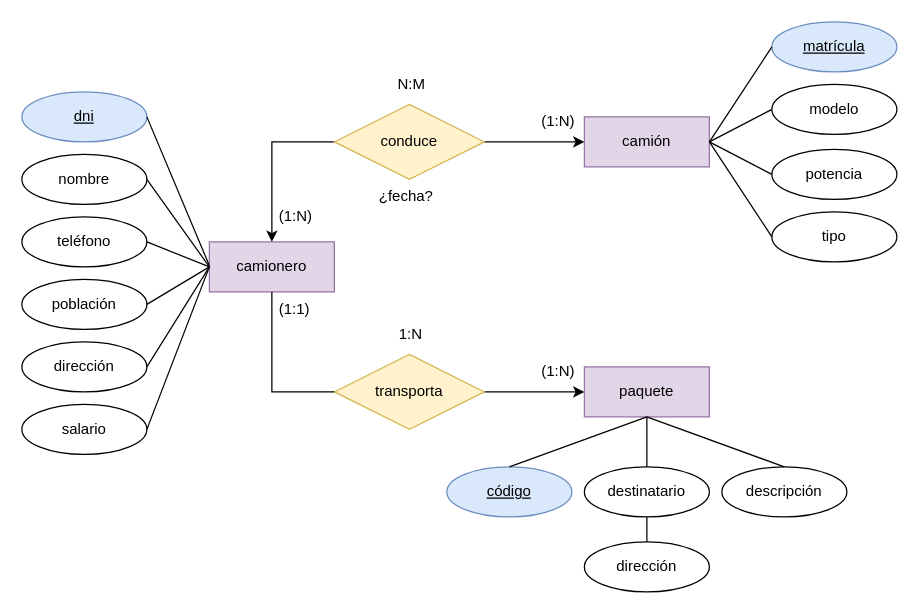
The draw.io diagram camioneros.drawio in javigh193/bae, before the edit. Source tidied: cells renumbered, new cells numbered last; positions are measured from the earlier drawing's top-left corner, leaving out a move shared by most shapes. Both pictures are drawn from the tidied source at 125%, with x=0, y=0 at pixel (21, 21).
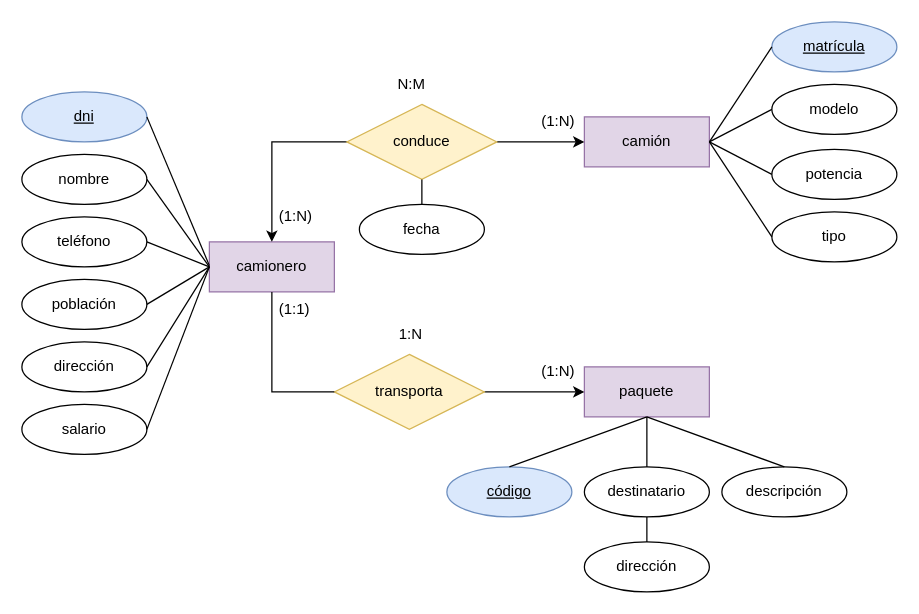
The same page after the edit.

Diff of the diagram source:
```diff
@@
     <mxCell id="7" value="conduce" style="shape=rhombus;perimeter=rhombusPerimeter;whiteSpace=wrap;html=1;align=center;fillColor=#fff2cc;strokeColor=#d6b656;" parent="1" vertex="1">
-      <mxGeometry x="250" y="66" width="120" height="60" as="geometry" />
+      <mxGeometry x="260" y="66" width="120" height="60" as="geometry" />
     </mxCell>
@@
-    <mxCell id="45" value="¿fecha?" style="text;strokeColor=none;fillColor=none;spacingLeft=4;spacingRight=4;overflow=hidden;fontSize=12;" parent="1" vertex="1">
-      <mxGeometry x="280" y="126" width="60" height="30" as="geometry" />
-    </mxCell>
+    <mxCell id="46" value="fecha" style="ellipse;whiteSpace=wrap;html=1;align=center;" parent="1" vertex="1">
+      <mxGeometry x="270" y="146" width="100" height="40" as="geometry" />
+    </mxCell>
+    <mxCell id="47" style="endArrow=none;html=1;rounded=0;entryX=0.5;entryY=1;entryDx=0;entryDy=0;" parent="1" edge="1" target="7">
+      <mxGeometry relative="1" as="geometry">
+        <mxPoint x="320" y="146" as="sourcePoint" />
+      </mxGeometry>
+    </mxCell>
```
